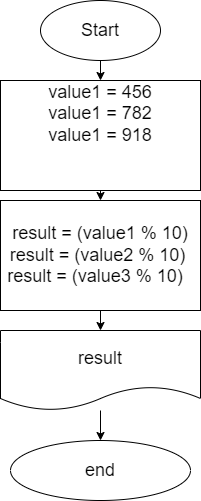
Before: HomeWork02/Ex01/Ex01.drawio.png, a diagram exported from draw.io (NeoAdd/TestRepo13072022). Source tidied: cells renumbered, new cells last; positions are measured from the earlier drawing's top-left corner, leaving out a move shared by most shapes. Its diagram source:
```xml
<mxGraphModel>
  <root>
    <mxCell id="0" />
    <mxCell id="1" parent="0" />
    <mxCell id="2" style="edgeStyle=none;html=1;fontSize=18;" parent="1" edge="1" source="3" target="5">
      <mxGeometry relative="1" as="geometry" />
    </mxCell>
    <mxCell id="3" value="Start" style="ellipse;whiteSpace=wrap;html=1;fontSize=18;" parent="1" vertex="1">
      <mxGeometry x="40" width="120" height="60" as="geometry" />
    </mxCell>
    <mxCell id="4" style="edgeStyle=none;html=1;fontSize=18;" parent="1" edge="1" source="5" target="7">
      <mxGeometry relative="1" as="geometry" />
    </mxCell>
    <mxCell id="5" value="value1 = 456&lt;br&gt;value1 = 782&lt;br&gt;value1 = 918&lt;span style=&quot;color: rgba(0 , 0 , 0 , 0) ; font-family: monospace ; font-size: 0px&quot;&gt;aphModel%3E%3Croot%3E%3CmxCell%20id%3D%220%22%2F%3E%3CmxCell%20id%3D%221%22%20parent%3D%220%22%2F%3E%3CmxCell%20id%3D%222%22%20value%3D%22%22%20style%3D%22edgeStyle%3Dnone%3Bhtml%3D1%3BfontSize%3D18%3B%22%20edge%3D%221%22%20source%3D%223%22%20target%3D%225%22%20parent%3D%221%22%3E%3CmxGeometry%20relative%3D%221%22%20as%3D%22geometry%22%2F%3E%3C%2FmxCell%3E%3CmxCell%20id%3D%223%22%20value%3D%22Start%22%20style%3D%22ellipse%3BwhiteSpace%3Dwrap%3Bhtml%3D1%3BfontSize%3D18%3B%22%20vertex%3D%221%22%20parent%3D%221%22%3E%3CmxGeometry%20x%3D%22140%22%20y%3D%2210%22%20width%3D%22120%22%20height%3D%2260%22%20as%3D%22geometry%22%2F%3E%3C%2FmxCell%3E%3CmxCell%20id%3D%224%22%20value%3D%22%22%20style%3D%22edgeStyle%3Dnone%3Bhtml%3D1%3BfontSize%3D18%3B%22%20edge%3D%221%22%20source%3D%225%22%20target%3D%227%22%20parent%3D%221%22%3E%3CmxGeometry%20relative%3D%221%22%20as%3D%22geometry%22%2F%3E%3C%2FmxCell%3E%3CmxCell%20id%3D%225%22%20value%3D%22value%20%3D%2010%22%20style%3D%22whiteSpace%3Dwrap%3Bhtml%3D1%3BfontSize%3D18%3B%22%20vertex%3D%221%22%20parent%3D%221%22%3E%3CmxGeometry%20x%3D%22100%22%20y%3D%2290%22%20width%3D%22200%22%20height%3D%2240%22%20as%3D%22geometry%22%2F%3E%3C%2FmxCell%3E%3CmxCell%20id%3D%226%22%20value%3D%22%22%20style%3D%22edgeStyle%3Dnone%3Bhtml%3D1%3BfontSize%3D18%3B%22%20edge%3D%221%22%20source%3D%227%22%20target%3D%229%22%20parent%3D%221%22%3E%3CmxGeometry%20relative%3D%221%22%20as%3D%22geometry%22%2F%3E%3C%2FmxCell%3E%3CmxCell%20id%3D%227%22%20value%3D%22result%20%3D%26lt%3Bbr%26gt%3Bvalue%20*%20value%26amp%3Bnbsp%3B%22%20style%3D%22whiteSpace%3Dwrap%3Bhtml%3D1%3BfontSize%3D18%3B%22%20vertex%3D%221%22%20parent%3D%221%22%3E%3CmxGeometry%20x%3D%22100%22%20y%3D%22150%22%20width%3D%22200%22%20height%3D%2260%22%20as%3D%22geometry%22%2F%3E%3C%2FmxCell%3E%3CmxCell%20id%3D%228%22%20value%3D%22%22%20style%3D%22edgeStyle%3Dnone%3Bhtml%3D1%3BfontSize%3D18%3B%22%20edge%3D%221%22%20source%3D%229%22%20target%3D%2210%22%20parent%3D%221%22%3E%3CmxGeometry%20relative%3D%221%22%20as%3D%22geometry%22%2F%3E%3C%2FmxCell%3E%3CmxCell%20id%3D%229%22%20value%3D%22result%22%20style%3D%22shape%3Ddocument%3BwhiteSpace%3Dwrap%3Bhtml%3D1%3BboundedLbl%3D1%3BfontSize%3D18%3B%22%20vertex%3D%221%22%20parent%3D%221%22%3E%3CmxGeometry%20x%3D%22100%22%20y%3D%22230%22%20width%3D%22200%22%20height%3D%2280%22%20as%3D%22geometry%22%2F%3E%3C%2FmxCell%3E%3CmxCell%20id%3D%2210%22%20value%3D%22end%22%20style%3D%22ellipse%3BwhiteSpace%3Dwrap%3Bhtml%3D1%3BfontSize%3D18%3B%22%20vertex%3D%221%22%20parent%3D%221%22%3E%3CmxGeometry%20x%3D%22110%22%20y%3D%22340%22%20width%3D%22180%22%20height%3D%2260%22%20as%3D%22geometry%22%2F%3E%3C%2FmxCell%3E%3C%2Froot%3E%3C%2FmxGraphModel%3E&lt;/span&gt;&lt;br&gt;&lt;span style=&quot;color: rgba(0 , 0 , 0 , 0) ; font-family: monospace ; font-size: 0px&quot;&gt;%3CmxGraphModel%3E%3Croot%3E%3CmxCell%20id%3D%220%22%2F%3E%3CmxCell%20id%3D%221%22%20parent%3D%220%22%2F%3E%3CmxCell%20id%3D%222%22%20value%3D%22%22%20style%3D%22edgeStyle%3Dnone%3Bhtml%3D1%3BfontSize%3D18%3B%22%20edge%3D%221%22%20source%3D%223%22%20target%3D%225%22%20parent%3D%221%22%3E%3CmxGeometry%20relative%3D%221%22%20as%3D%22geometry%22%2F%3E%3C%2FmxCell%3E%3CmxCell%20id%3D%223%22%20value%3D%22Start%22%20style%3D%22ellipse%3BwhiteSpace%3Dwrap%3Bhtml%3D1%3BfontSize%3D18%3B%22%20vertex%3D%221%22%20parent%3D%221%22%3E%3CmxGeometry%20x%3D%22140%22%20y%3D%2210%22%20width%3D%22120%22%20height%3D%2260%22%20as%3D%22geometry%22%2F%3E%3C%2FmxCell%3E%3CmxCell%20id%3D%224%22%20value%3D%22%22%20style%3D%22edgeStyle%3Dnone%3Bhtml%3D1%3BfontSize%3D18%3B%22%20edge%3D%221%22%20source%3D%225%22%20target%3D%227%22%20parent%3D%221%22%3E%3CmxGeometry%20relative%3D%221%22%20as%3D%22geometry%22%2F%3E%3C%2FmxCell%3E%3CmxCell%20id%3D%225%22%20value%3D%22value%20%3D%2010%22%20style%3D%22whiteSpace%3Dwrap%3Bhtml%3D1%3BfontSize%3D18%3B%22%20vertex%3D%221%22%20parent%3D%221%22%3E%3CmxGeometry%20x%3D%22100%22%20y%3D%2290%22%20width%3D%22200%22%20height%3D%2240%22%20as%3D%22geometry%22%2F%3E%3C%2FmxCell%3E%3CmxCell%20id%3D%226%22%20value%3D%22%22%20style%3D%22edgeStyle%3Dnone%3Bhtml%3D1%3BfontSize%3D18%3B%22%20edge%3D%221%22%20source%3D%227%22%20target%3D%229%22%20parent%3D%221%22%3E%3CmxGeometry%20relative%3D%221%22%20as%3D%22geometry%22%2F%3E%3C%2FmxCell%3E%3CmxCell%20id%3D%227%22%20value%3D%22result%20%3D%26lt%3Bbr%26gt%3Bvalue%20*%20value%26amp%3Bnbsp%3B%22%20style%3D%22whiteSpace%3Dwrap%3Bhtml%3D1%3BfontSize%3D18%3B%22%20vertex%3D%221%22%20parent%3D%221%22%3E%3CmxGeometry%20x%3D%22100%22%20y%3D%22150%22%20width%3D%22200%22%20height%3D%2260%22%20as%3D%22geometry%22%2F%3E%3C%2FmxCell%3E%3CmxCell%20id%3D%228%22%20value%3D%22%22%20style%3D%22edgeStyle%3Dnone%3Bhtml%3D1%3BfontSize%3D18%3B%22%20edge%3D%221%22%20source%3D%229%22%20target%3D%2210%22%20parent%3D%221%22%3E%3CmxGeometry%20relative%3D%221%22%20as%3D%22geometry%22%2F%3E%3C%2FmxCell%3E%3CmxCell%20id%3D%229%22%20value%3D%22result%22%20style%3D%22shape%3Ddocument%3BwhiteSpace%3Dwrap%3Bhtml%3D1%3BboundedLbl%3D1%3BfontSize%3D18%3B%22%20vertex%3D%221%22%20parent%3D%221%22%3E%3CmxGeometry%20x%3D%22100%22%20y%3D%22230%22%20width%3D%22200%22%20height%3D%2280%22%20as%3D%22geometry%22%2F%3E%3C%2FmxCell%3E%3CmxCell%20id%3D%2210%22%20value%3D%22end%22%20style%3D%22ellipse%3BwhiteSpace%3Dwrap%3Bhtml%3D1%3BfontSize%3D18%3B%22%20vertex%3D%221%22%20parent%3D%221%22%3E%3CmxGeometry%20x%3D%22110%22%20y%3D%22340%22%20width%3D%22180%22%20height%3D%2260%22%20as%3D%22geometry%22%2F%3E%3C%2FmxCell%3E%3C%2Froot%3E%3C%2FmxGraphModel%3E&lt;/span&gt;&lt;br&gt;&lt;span style=&quot;color: rgba(0 , 0 , 0 , 0) ; font-family: monospace ; font-size: 0px&quot;&gt;%3CmxGraphModel%3E%3Croot%3E%3CmxCell%20id%3D%220%22%2F%3E%3CmxCell%20id%3D%221%22%20parent%3D%220%22%2F%3E%3CmxCell%20id%3D%222%22%20value%3D%22%22%20style%3D%22edgeStyle%3Dnone%3Bhtml%3D1%3BfontSize%3D18%3B%22%20edge%3D%221%22%20source%3D%223%22%20target%3D%225%22%20parent%3D%221%22%3E%3CmxGeometry%20relative%3D%221%22%20as%3D%22geometry%22%2F%3E%3C%2FmxCell%3E%3CmxCell%20id%3D%223%22%20value%3D%22Start%22%20style%3D%22ellipse%3BwhiteSpace%3Dwrap%3Bhtml%3D1%3BfontSize%3D18%3B%22%20vertex%3D%221%22%20parent%3D%221%22%3E%3CmxGeometry%20x%3D%22140%22%20y%3D%2210%22%20width%3D%22120%22%20height%3D%2260%22%20as%3D%22geometry%22%2F%3E%3C%2FmxCell%3E%3CmxCell%20id%3D%224%22%20value%3D%22%22%20style%3D%22edgeStyle%3Dnone%3Bhtml%3D1%3BfontSize%3D18%3B%22%20edge%3D%221%22%20source%3D%225%22%20target%3D%227%22%20parent%3D%221%22%3E%3CmxGeometry%20relative%3D%221%22%20as%3D%22geometry%22%2F%3E%3C%2FmxCell%3E%3CmxCell%20id%3D%225%22%20value%3D%22value%20%3D%2010%22%20style%3D%22whiteSpace%3Dwrap%3Bhtml%3D1%3BfontSize%3D18%3B%22%20vertex%3D%221%22%20parent%3D%221%22%3E%3CmxGeometry%20x%3D%22100%22%20y%3D%2290%22%20width%3D%22200%22%20height%3D%2240%22%20as%3D%22geometry%22%2F%3E%3C%2FmxCell%3E%3CmxCell%20id%3D%226%22%20value%3D%22%22%20style%3D%22edgeStyle%3Dnone%3Bhtml%3D1%3BfontSize%3D18%3B%22%20edge%3D%221%22%20source%3D%227%22%20target%3D%229%22%20parent%3D%221%22%3E%3CmxGeometry%20relative%3D%221%22%20as%3D%22geometry%22%2F%3E%3C%2FmxCell%3E%3CmxCell%20id%3D%227%22%20value%3D%22result%20%3D%26lt%3Bbr%26gt%3Bvalue%20*%20value%26amp%3Bnbsp%3B%22%20style%3D%22whiteSpace%3Dwrap%3Bhtml%3D1%3BfontSize%3D18%3B%22%20vertex%3D%221%22%20parent%3D%221%22%3E%3CmxGeometry%20x%3D%22100%22%20y%3D%22150%22%20width%3D%22200%22%20height%3D%2260%22%20as%3D%22geometry%22%2F%3E%3C%2FmxCell%3E%3CmxCell%20id%3D%228%22%20value%3D%22%22%20style%3D%22edgeStyle%3Dnone%3Bhtml%3D1%3BfontSize%3D18%3B%22%20edge%3D%221%22%20source%3D%229%22%20target%3D%2210%22%20parent%3D%221%22%3E%3CmxGeometry%20relative%3D%221%22%20as%3D%22geometry%22%2F%3E%3C%2FmxCell%3E%3CmxCell%20id%3D%229%22%20value%3D%22result%22%20style%3D%22shape%3Ddocument%3BwhiteSpace%3Dwrap%3Bhtml%3D1%3BboundedLbl%3D1%3BfontSize%3D18%3B%22%20vertex%3D%221%22%20parent%3D%221%22%3E%3CmxGeometry%20x%3D%22100%22%20y%3D%22230%22%20width%3D%22200%22%20height%3D%2280%22%20as%3D%22geometry%22%2F%3E%3C%2FmxCell%3E%3CmxCell%20id%3D%2210%22%20value%3D%22end%22%20style%3D%22ellipse%3BwhiteSpace%3Dwrap%3Bhtml%3D1%3BfontSize%3D18%3B%22%20vertex%3D%221%22%20parent%3D%221%22%3E%3CmxGeometry%20x%3D%22110%22%20y%3D%22340%22%20width%3D%22180%22%20height%3D%2260%22%20as%3D%22geometry%22%2F%3E%3C%2FmxCell%3E%3C%2Froot%3E%3C%2FmxGraphModel%3E&lt;/span&gt;" style="whiteSpace=wrap;html=1;fontSize=18;" parent="1" vertex="1">
      <mxGeometry y="80" width="200" height="110" as="geometry" />
    </mxCell>
    <mxCell id="6" style="edgeStyle=none;html=1;fontSize=18;" parent="1" edge="1" source="7" target="9">
      <mxGeometry relative="1" as="geometry" />
    </mxCell>
    <mxCell id="7" value="result = (value1 % 10)&lt;br&gt;result = (value2 % 10)&amp;nbsp;&lt;br&gt;result = (value3 % 10)&amp;nbsp;&amp;nbsp;" style="whiteSpace=wrap;html=1;fontSize=18;" parent="1" vertex="1">
      <mxGeometry y="200" width="200" height="110" as="geometry" />
    </mxCell>
    <mxCell id="8" style="edgeStyle=none;html=1;fontSize=18;" parent="1" edge="1" source="9" target="10">
      <mxGeometry relative="1" as="geometry" />
    </mxCell>
    <mxCell id="9" value="result" style="shape=document;whiteSpace=wrap;html=1;boundedLbl=1;fontSize=18;" parent="1" vertex="1">
      <mxGeometry y="330" width="200" height="80" as="geometry" />
    </mxCell>
    <mxCell id="10" value="end" style="ellipse;whiteSpace=wrap;html=1;fontSize=18;" parent="1" vertex="1">
      <mxGeometry x="10" y="440" width="180" height="60" as="geometry" />
    </mxCell>
  </root>
</mxGraphModel>
```
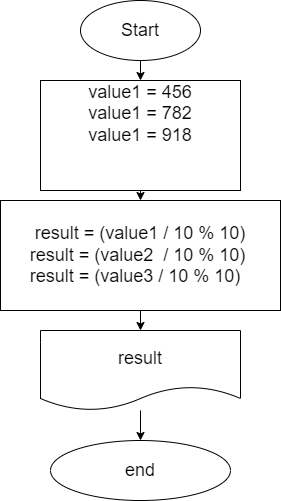
The same file after the commit.

The edit, as a diff of the source:
```diff
@@ -17,8 +17,8 @@
     <mxCell id="6" style="edgeStyle=none;html=1;fontSize=18;" parent="1" edge="1" source="7" target="9">
       <mxGeometry relative="1" as="geometry" />
     </mxCell>
-    <mxCell id="7" value="result = (value1 % 10)&lt;br&gt;result = (value2 % 10)&amp;nbsp;&lt;br&gt;result = (value3 % 10)&amp;nbsp;&amp;nbsp;" style="whiteSpace=wrap;html=1;fontSize=18;" parent="1" vertex="1">
-      <mxGeometry y="200" width="200" height="110" as="geometry" />
+    <mxCell id="7" value="result = (value1 / 10 % 10)&lt;br&gt;result = (value2&amp;nbsp; / 10 % 10)&amp;nbsp;&lt;br&gt;result = (value3 / 10 % 10)&amp;nbsp;&amp;nbsp;" style="whiteSpace=wrap;html=1;fontSize=18;" parent="1" vertex="1">
+      <mxGeometry x="-40" y="200" width="280" height="110" as="geometry" />
     </mxCell>
     <mxCell id="8" style="edgeStyle=none;html=1;fontSize=18;" parent="1" edge="1" source="9" target="10">
       <mxGeometry relative="1" as="geometry" />
```
